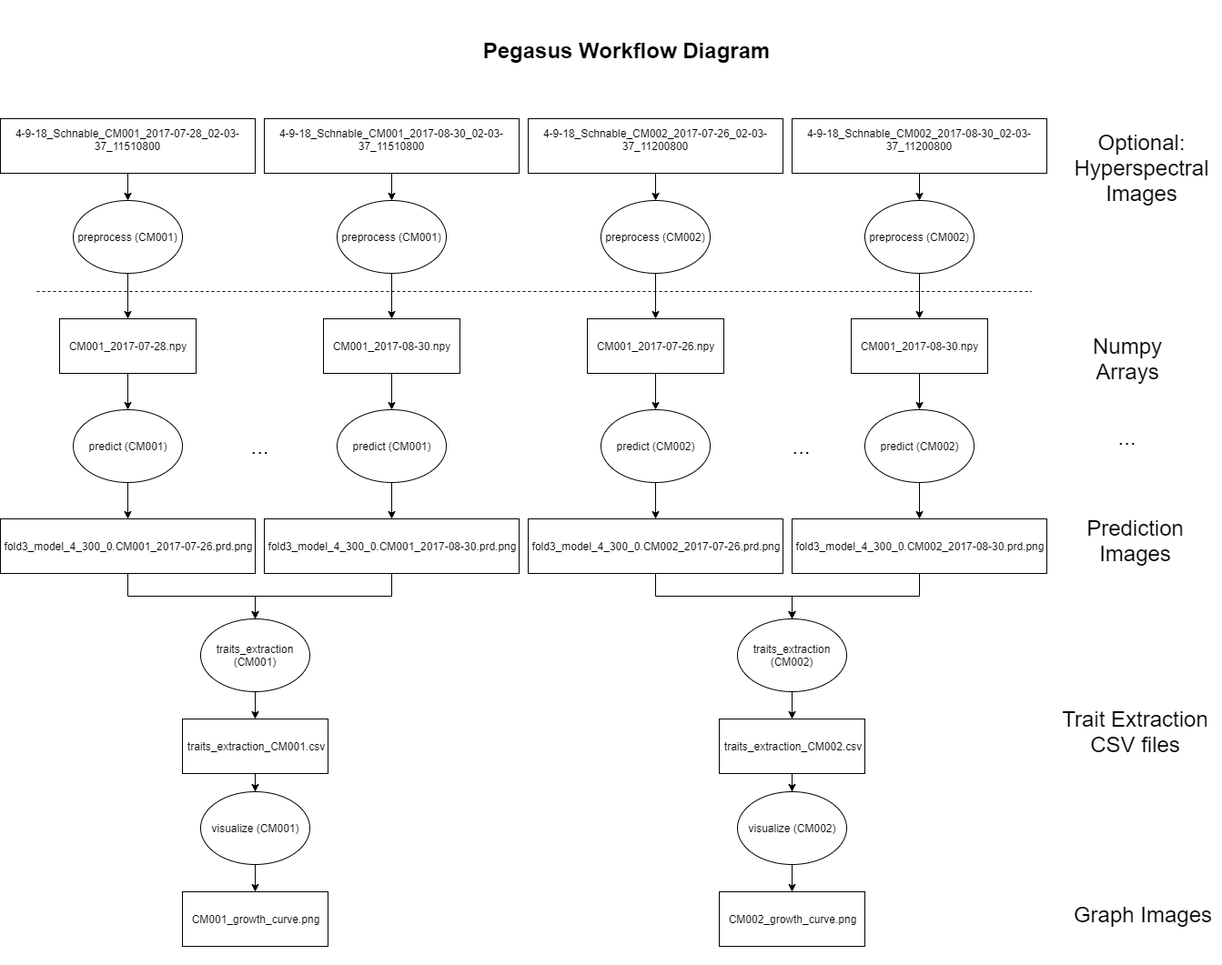
cseseniordesign/plant-phenotyping keeps this draw.io diagram as illustrations/predict_workflow.png. Above is the earlier version. Source tidied: cells renumbered, new cells last; positions are measured from the earlier drawing's top-left corner, leaving out a move shared by most shapes.
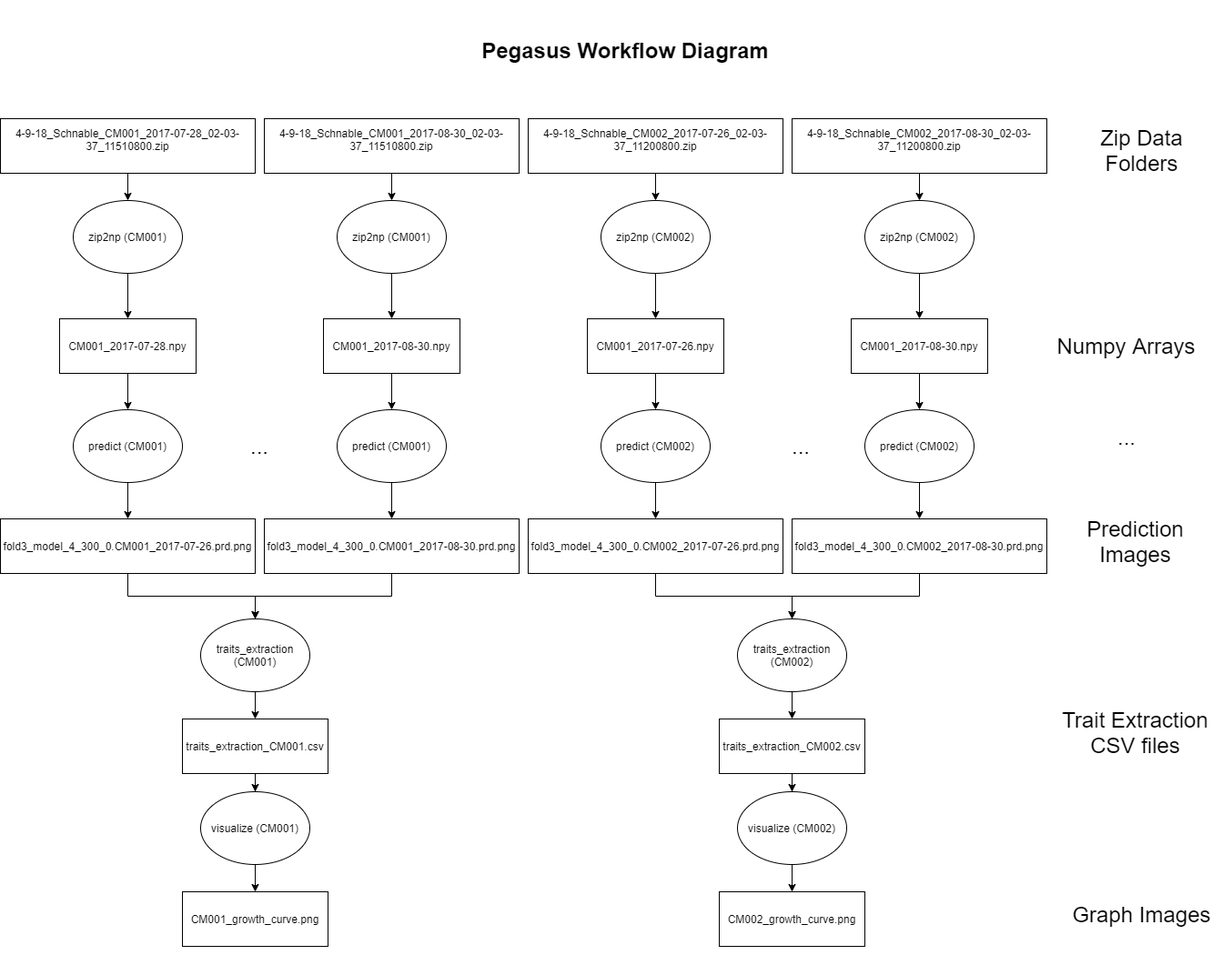
Above is the later version.

Commit message:
Updated predict workflow diagram.

Diff of the diagram source:
```diff
@@ -107,62 +107,56 @@
     <mxCell id="36" value="CM001_2017-08-30.npy" style="rounded=0;whiteSpace=wrap;html=1;" parent="1" vertex="1">
       <mxGeometry x="935" y="350" width="150" height="60" as="geometry" />
     </mxCell>
-    <mxCell id="37" style="endArrow=none;dashed=1;html=1;" parent="1" edge="1">
-      <mxGeometry relative="1" as="geometry">
-        <mxPoint x="40" y="320" as="sourcePoint" />
-        <mxPoint x="1132.8" y="320" as="targetPoint" />
-      </mxGeometry>
-    </mxCell>
     <mxCell id="38" style="edgeStyle=orthogonalEdgeStyle;rounded=0;jettySize=auto;html=1;" parent="1" edge="1" source="39" target="30">
       <mxGeometry relative="1" as="geometry" />
     </mxCell>
-    <mxCell id="39" value="preprocess (CM001)" style="ellipse;whiteSpace=wrap;html=1;" parent="1" vertex="1">
+    <mxCell id="39" value="zip2np (CM001)" style="ellipse;whiteSpace=wrap;html=1;" parent="1" vertex="1">
       <mxGeometry x="80" y="220" width="120" height="80" as="geometry" />
     </mxCell>
     <mxCell id="40" style="edgeStyle=orthogonalEdgeStyle;rounded=0;jettySize=auto;html=1;entryX=0.5;entryY=0;entryDx=0;entryDy=0;" parent="1" edge="1" source="41" target="32">
       <mxGeometry relative="1" as="geometry" />
     </mxCell>
-    <mxCell id="41" value="preprocess (CM001)" style="ellipse;whiteSpace=wrap;html=1;" parent="1" vertex="1">
+    <mxCell id="41" value="zip2np&amp;nbsp;(CM001)" style="ellipse;whiteSpace=wrap;html=1;" parent="1" vertex="1">
       <mxGeometry x="370" y="220" width="120" height="80" as="geometry" />
     </mxCell>
     <mxCell id="42" style="edgeStyle=orthogonalEdgeStyle;rounded=0;jettySize=auto;html=1;entryX=0.5;entryY=0;entryDx=0;entryDy=0;" parent="1" edge="1" source="43" target="34">
       <mxGeometry relative="1" as="geometry" />
     </mxCell>
-    <mxCell id="43" value="preprocess (CM002)" style="ellipse;whiteSpace=wrap;html=1;" parent="1" vertex="1">
+    <mxCell id="43" value="zip2np&amp;nbsp;(CM002)" style="ellipse;whiteSpace=wrap;html=1;" parent="1" vertex="1">
       <mxGeometry x="660" y="220" width="120" height="80" as="geometry" />
     </mxCell>
     <mxCell id="44" style="edgeStyle=orthogonalEdgeStyle;rounded=0;jettySize=auto;html=1;entryX=0.5;entryY=0;entryDx=0;entryDy=0;" parent="1" edge="1" source="45" target="36">
       <mxGeometry relative="1" as="geometry" />
     </mxCell>
-    <mxCell id="45" value="preprocess (CM002)" style="ellipse;whiteSpace=wrap;html=1;" parent="1" vertex="1">
+    <mxCell id="45" value="zip2np&amp;nbsp;(CM002)" style="ellipse;whiteSpace=wrap;html=1;" parent="1" vertex="1">
       <mxGeometry x="950" y="220" width="120" height="80" as="geometry" />
     </mxCell>
     <mxCell id="46" style="edgeStyle=orthogonalEdgeStyle;rounded=0;jettySize=auto;html=1;" parent="1" edge="1" source="47" target="39">
       <mxGeometry relative="1" as="geometry" />
     </mxCell>
-    <mxCell id="47" value="&lt;div&gt;4-9-18_Schnable_CM001_2017-07-28_02-03-37_11510800&lt;/div&gt;&lt;div&gt;&lt;br&gt;&lt;/div&gt;" style="rounded=0;whiteSpace=wrap;html=1;" parent="1" vertex="1">
+    <mxCell id="47" value="&lt;div&gt;4-9-18_Schnable_CM001_2017-07-28_02-03-37_11510800.zip&lt;/div&gt;&lt;div&gt;&lt;br&gt;&lt;/div&gt;" style="rounded=0;whiteSpace=wrap;html=1;" parent="1" vertex="1">
       <mxGeometry y="130" width="280" height="60" as="geometry" />
     </mxCell>
     <mxCell id="48" style="edgeStyle=orthogonalEdgeStyle;rounded=0;jettySize=auto;html=1;" parent="1" edge="1" source="49" target="41">
       <mxGeometry relative="1" as="geometry" />
     </mxCell>
-    <mxCell id="49" value="&lt;div&gt;4-9-18_Schnable_CM001_2017-08-30_02-03-37_11510800&lt;/div&gt;&lt;div&gt;&lt;br&gt;&lt;/div&gt;" style="rounded=0;whiteSpace=wrap;html=1;" parent="1" vertex="1">
+    <mxCell id="49" value="&lt;div&gt;4-9-18_Schnable_CM001_2017-08-30_02-03-37_11510800.zip&lt;/div&gt;&lt;div&gt;&lt;br&gt;&lt;/div&gt;" style="rounded=0;whiteSpace=wrap;html=1;" parent="1" vertex="1">
       <mxGeometry x="290" y="130" width="280" height="60" as="geometry" />
     </mxCell>
     <mxCell id="50" style="edgeStyle=orthogonalEdgeStyle;rounded=0;jettySize=auto;html=1;entryX=0.5;entryY=0;entryDx=0;entryDy=0;" parent="1" edge="1" source="51" target="43">
       <mxGeometry relative="1" as="geometry" />
     </mxCell>
-    <mxCell id="51" value="&lt;div&gt;4-9-18_Schnable_CM002_2017-07-26_02-03-37_11200800&lt;/div&gt;&lt;div&gt;&lt;br&gt;&lt;/div&gt;" style="rounded=0;whiteSpace=wrap;html=1;" parent="1" vertex="1">
+    <mxCell id="51" value="&lt;div&gt;4-9-18_Schnable_CM002_2017-07-26_02-03-37_11200800.zip&lt;/div&gt;&lt;div&gt;&lt;br&gt;&lt;/div&gt;" style="rounded=0;whiteSpace=wrap;html=1;" parent="1" vertex="1">
       <mxGeometry x="580" y="130" width="280" height="60" as="geometry" />
     </mxCell>
     <mxCell id="52" style="edgeStyle=orthogonalEdgeStyle;rounded=0;jettySize=auto;html=1;entryX=0.5;entryY=0;entryDx=0;entryDy=0;" parent="1" edge="1" source="53" target="45">
       <mxGeometry relative="1" as="geometry" />
     </mxCell>
-    <mxCell id="53" value="&lt;div&gt;4-9-18_Schnable_CM002_2017-08-30_02-03-37_11200800&lt;/div&gt;&lt;div&gt;&lt;br&gt;&lt;/div&gt;" style="rounded=0;whiteSpace=wrap;html=1;" parent="1" vertex="1">
+    <mxCell id="53" value="&lt;div&gt;4-9-18_Schnable_CM002_2017-08-30_02-03-37_11200800.zip&lt;/div&gt;&lt;div&gt;&lt;br&gt;&lt;/div&gt;" style="rounded=0;whiteSpace=wrap;html=1;" parent="1" vertex="1">
       <mxGeometry x="870" y="130" width="280" height="60" as="geometry" />
     </mxCell>
-    <mxCell id="54" value="&lt;span style=&quot;font-size: 24px&quot;&gt;Optional:&lt;br&gt;Hyperspectral Images&lt;br&gt;&lt;/span&gt;" style="text;html=1;strokeColor=none;fillColor=none;align=center;verticalAlign=middle;whiteSpace=wrap;rounded=0;" parent="1" vertex="1">
-      <mxGeometry x="1167" y="130" width="175" height="110" as="geometry" />
+    <mxCell id="54" value="&lt;span style=&quot;font-size: 24px&quot;&gt;Zip Data Folders&lt;br&gt;&lt;/span&gt;" style="text;html=1;strokeColor=none;fillColor=none;align=center;verticalAlign=middle;whiteSpace=wrap;rounded=0;" parent="1" vertex="1">
+      <mxGeometry x="1167" y="110" width="175" height="110" as="geometry" />
     </mxCell>
     <mxCell id="55" value="&lt;span style=&quot;font-size: 24px&quot;&gt;Numpy Arrays&lt;br&gt;&lt;/span&gt;" style="text;html=1;strokeColor=none;fillColor=none;align=center;verticalAlign=middle;whiteSpace=wrap;rounded=0;" parent="1" vertex="1">
       <mxGeometry x="1150" y="325" width="175" height="110" as="geometry" />
```
